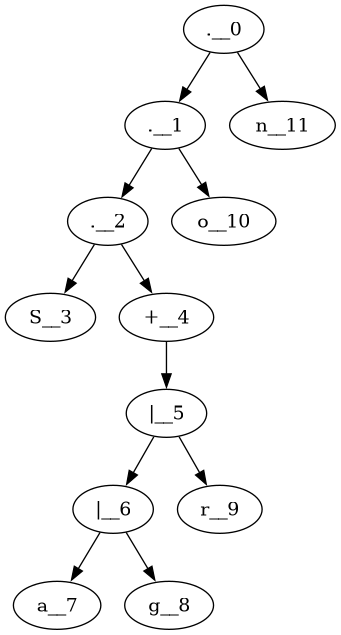
Above: arbre_syntaxique.png in Daniel-Sima/Clone-of-the-egrep-UNIX-command (Graphviz), before the change. Its source is kept beside it as arbre_syntaxique.dot. Source of this version:
```dot
digraph {
	".__0"->".__1"
	".__1"->".__2"
	".__2"->"S__3"
	".__2"->"+__4"
	"+__4"->"|__5"
	"|__5"->"|__6"
	"|__6"->"a__7"
	"|__6"->"g__8"
	"|__5"->"r__9"
	".__1"->"o__10"
	".__0"->"n__11"
}
```
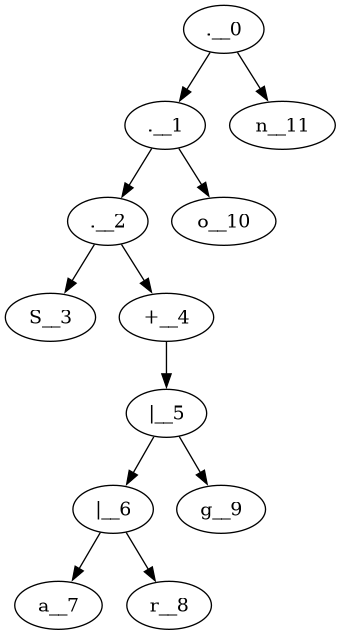
Above is the later version.

What changed in the source:
```diff
@@ -6,8 +6,8 @@
 	"+__4"->"|__5"
 	"|__5"->"|__6"
 	"|__6"->"a__7"
-	"|__6"->"g__8"
-	"|__5"->"r__9"
+	"|__6"->"r__8"
+	"|__5"->"g__9"
 	".__1"->"o__10"
 	".__0"->"n__11"
 }
```
